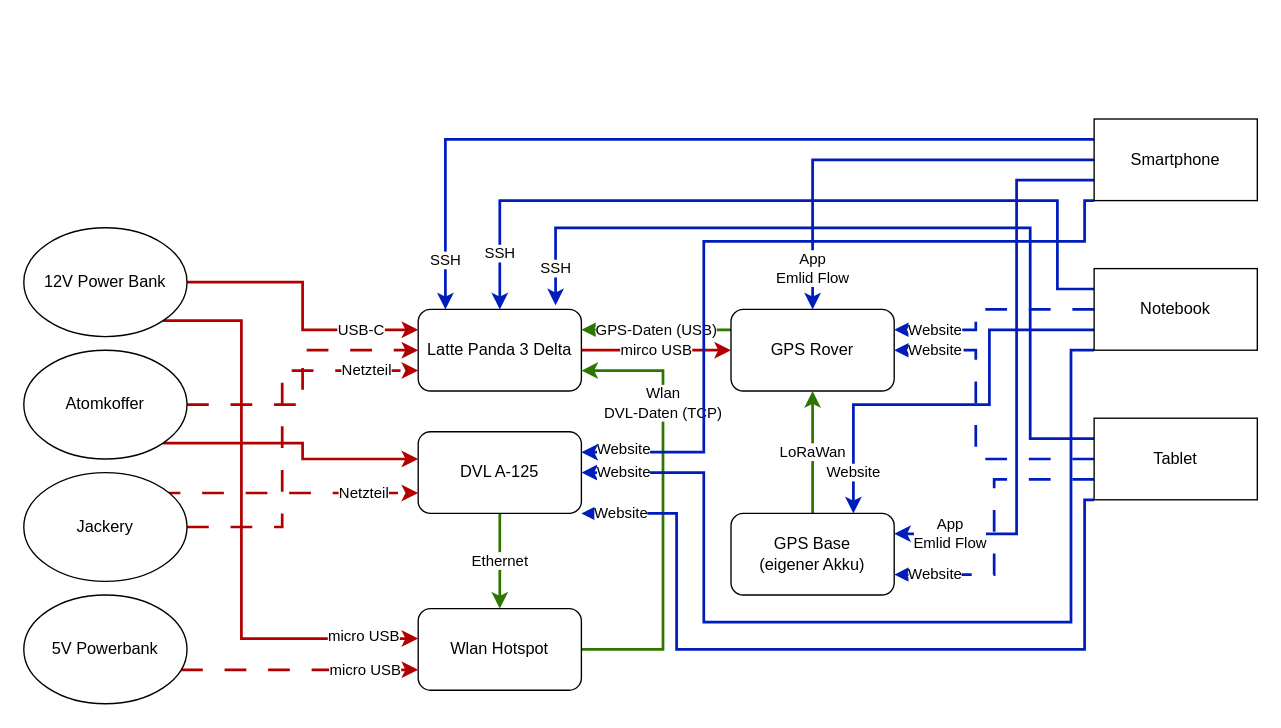
The draw.io diagram Anschlussplan Testlauf.drawio in Lukas-Quader/BlueRov, before the edit. Source tidied: cells renumbered, new cells numbered last; positions are measured from the earlier drawing's top-left corner, leaving out a move shared by most shapes. Both pictures are drawn from the tidied source at 136%, with x=0, y=0 at pixel (23, 118).
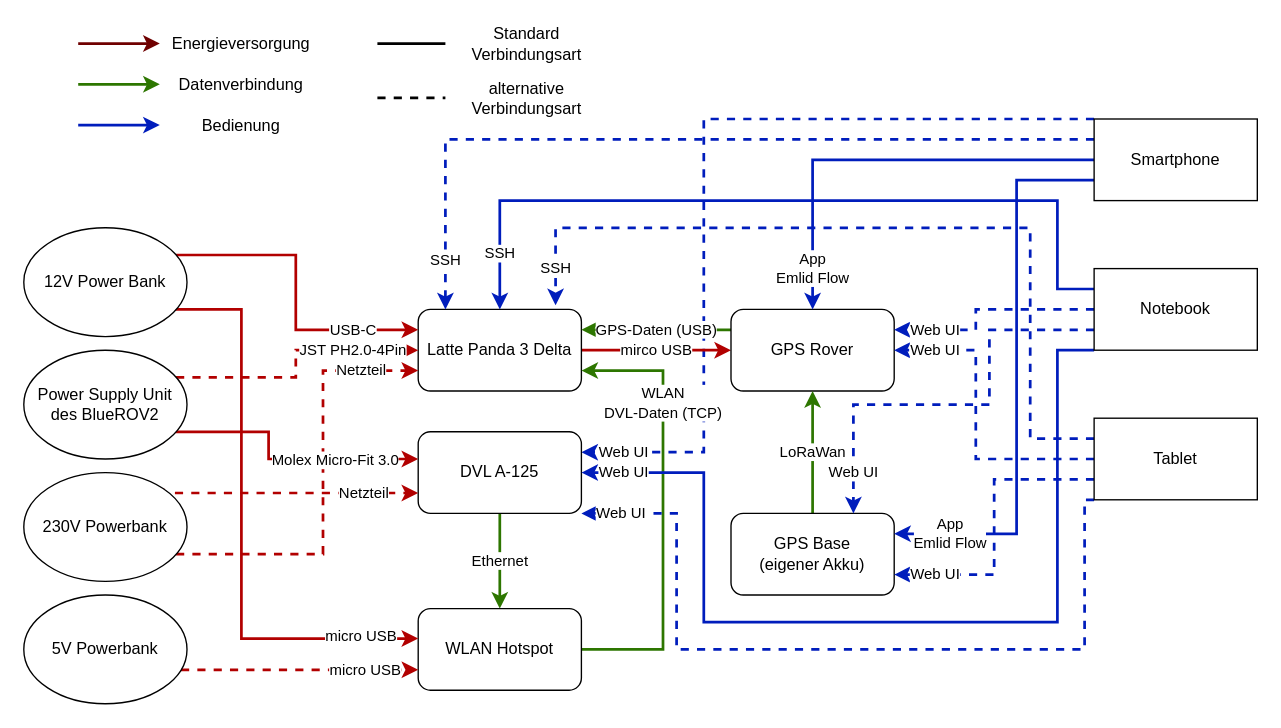
The same page after the edit.

Unchanged cells that the change refers to:
```xml
<mxCell id="3" value="Latte Panda 3 Delta" style="rounded=1;whiteSpace=wrap;html=1;" parent="1" vertex="1">
  <mxGeometry x="290" y="140" width="120" height="60" as="geometry" />
</mxCell>
<mxCell id="5" value="DVL A-125" style="rounded=1;whiteSpace=wrap;html=1;" parent="1" vertex="1">
  <mxGeometry x="290" y="230" width="120" height="60" as="geometry" />
</mxCell>
<mxCell id="7" value="GPS Rover" style="rounded=1;whiteSpace=wrap;html=1;" parent="1" vertex="1">
  <mxGeometry x="520" y="140" width="120" height="60" as="geometry" />
</mxCell>
<mxCell id="12" value="12V Power Bank" style="ellipse;whiteSpace=wrap;html=1;" parent="1" vertex="1">
  <mxGeometry y="80" width="120" height="80" as="geometry" />
</mxCell>
<mxCell id="20" value="5V Powerbank" style="ellipse;whiteSpace=wrap;html=1;" parent="1" vertex="1">
  <mxGeometry y="350" width="120" height="80" as="geometry" />
</mxCell>
<mxCell id="22" value="&lt;div&gt;GPS Base&lt;/div&gt;(eigener Akku)" style="rounded=1;whiteSpace=wrap;html=1;" parent="1" vertex="1">
  <mxGeometry x="520" y="290" width="120" height="60" as="geometry" />
</mxCell>
<mxCell id="27" value="Smartphone" style="rounded=0;whiteSpace=wrap;html=1;" parent="1" vertex="1">
  <mxGeometry x="787" width="120" height="60" as="geometry" />
</mxCell>
<mxCell id="32" value="Notebook" style="rounded=0;whiteSpace=wrap;html=1;" parent="1" vertex="1">
  <mxGeometry x="787" y="110" width="120" height="60" as="geometry" />
</mxCell>
<mxCell id="37" value="Tablet" style="rounded=0;whiteSpace=wrap;html=1;" parent="1" vertex="1">
  <mxGeometry x="787" y="220" width="120" height="60" as="geometry" />
</mxCell>
```

What changed in the source:
```diff
@@
+    <mxCell id="26" value="Web UI" style="edgeStyle=orthogonalEdgeStyle;rounded=0;jettySize=auto;html=1;exitX=0;exitY=0;exitDx=0;exitDy=0;entryX=1;entryY=0.25;entryDx=0;entryDy=0;fillColor=#0050ef;strokeColor=#001DBC;strokeWidth=2;dashed=1;" parent="1" edge="1" source="27" target="5">
+      <mxGeometry x="0.9" relative="1" as="geometry">
+        <Array as="points">
+          <mxPoint x="500" />
+          <mxPoint x="500" y="245" />
+        </Array>
+      </mxGeometry>
+    </mxCell>
@@
-    <mxCell id="8" value="&lt;div&gt;Wlan&lt;/div&gt;DVL-Daten (TCP)" style="edgeStyle=orthogonalEdgeStyle;rounded=0;jettySize=auto;html=1;entryX=1;entryY=0.75;entryDx=0;entryDy=0;fillColor=#60a917;strokeColor=#2D7600;strokeWidth=2;" parent="1" edge="1" source="9" target="3">
+    <mxCell id="8" value="&lt;div&gt;&lt;span style=&quot;background-color: rgb(255, 255, 255);&quot;&gt;WLAN&lt;/span&gt;&lt;/div&gt;DVL-Daten (TCP)" style="edgeStyle=orthogonalEdgeStyle;rounded=0;jettySize=auto;html=1;entryX=1;entryY=0.75;entryDx=0;entryDy=0;fillColor=#60a917;strokeColor=#2D7600;strokeWidth=2;" parent="1" edge="1" source="9" target="3">
       <mxGeometry x="0.48" relative="1" as="geometry">
         <Array as="points">
           <mxPoint x="470" y="390" />
           <mxPoint x="470" y="185" />
         </Array>
       </mxGeometry>
     </mxCell>
-    <mxCell id="9" value="Wlan Hotspot" style="rounded=1;whiteSpace=wrap;html=1;" parent="1" vertex="1">
+    <mxCell id="9" value="WLAN Hotspot" style="rounded=1;whiteSpace=wrap;html=1;" parent="1" vertex="1">
       <mxGeometry x="290" y="360" width="120" height="60" as="geometry" />
     </mxCell>
     <mxCell id="10" value="USB-C" style="edgeStyle=orthogonalEdgeStyle;rounded=0;jettySize=auto;html=1;entryX=0;entryY=0.25;entryDx=0;entryDy=0;fillColor=#e51400;strokeColor=#B20000;strokeWidth=2;" parent="1" edge="1" source="12" target="3">
-      <mxGeometry x="0.59" relative="1" as="geometry" />
+      <mxGeometry x="0.59" relative="1" as="geometry">
+        <Array as="points">
+          <mxPoint x="200" y="100" />
+          <mxPoint x="200" y="155" />
+        </Array>
+      </mxGeometry>
     </mxCell>
     <mxCell id="11" value="&lt;div&gt;micro USB&lt;/div&gt;" style="edgeStyle=orthogonalEdgeStyle;rounded=0;jettySize=auto;html=1;exitX=1;exitY=1;exitDx=0;exitDy=0;entryX=0;entryY=0.367;entryDx=0;entryDy=0;entryPerimeter=0;fillColor=#e51400;strokeColor=#B20000;strokeWidth=2;" parent="1" edge="1" source="12" target="9">
       <mxGeometry x="0.81" y="2" relative="1" as="geometry">
         <Array as="points">
-          <mxPoint x="160" y="148" />
+          <mxPoint x="102" y="140" />
+          <mxPoint x="160" y="140" />
           <mxPoint x="160" y="382" />
         </Array>
       </mxGeometry>
     </mxCell>
@@
-    <mxCell id="13" value="Netzteil" style="edgeStyle=orthogonalEdgeStyle;rounded=0;jettySize=auto;html=1;entryX=0;entryY=0.75;entryDx=0;entryDy=0;dashed=1;dashPattern=8 8;fillColor=#e51400;strokeColor=#B20000;strokeWidth=2;" parent="1" edge="1" source="15" target="3">
+    <mxCell id="13" value="Netzteil" style="edgeStyle=orthogonalEdgeStyle;rounded=0;jettySize=auto;html=1;entryX=0;entryY=0.75;entryDx=0;entryDy=0;dashed=1;fillColor=#e51400;strokeColor=#B20000;strokeWidth=2;" parent="1" edge="1" source="15" target="3">
       <mxGeometry x="0.73" relative="1" as="geometry">
         <Array as="points">
-          <mxPoint x="190" y="300" />
-          <mxPoint x="190" y="185" />
+          <mxPoint x="220" y="320" />
+          <mxPoint x="220" y="185" />
         </Array>
       </mxGeometry>
     </mxCell>
-    <mxCell id="14" value="&lt;div&gt;Netzteil&lt;/div&gt;" style="edgeStyle=orthogonalEdgeStyle;rounded=0;jettySize=auto;html=1;exitX=1;exitY=0;exitDx=0;exitDy=0;entryX=0;entryY=0.75;entryDx=0;entryDy=0;dashed=1;dashPattern=8 8;fillColor=#e51400;strokeColor=#B20000;strokeWidth=2;" parent="1" edge="1" source="15" target="5">
+    <mxCell id="14" value="&lt;div&gt;Netzteil&lt;/div&gt;" style="edgeStyle=orthogonalEdgeStyle;rounded=0;jettySize=auto;html=1;exitX=1;exitY=0;exitDx=0;exitDy=0;entryX=0;entryY=0.75;entryDx=0;entryDy=0;dashed=1;fillColor=#e51400;strokeColor=#B20000;strokeWidth=2;" parent="1" edge="1" source="15" target="5">
       <mxGeometry x="0.58" relative="1" as="geometry">
         <Array as="points">
           <mxPoint x="102" y="275" />
         </Array>
       </mxGeometry>
     </mxCell>
-    <mxCell id="15" value="Jackery" style="ellipse;whiteSpace=wrap;html=1;" parent="1" vertex="1">
+    <mxCell id="15" value="230V Powerbank" style="ellipse;whiteSpace=wrap;html=1;" parent="1" vertex="1">
       <mxGeometry y="260" width="120" height="80" as="geometry" />
     </mxCell>
-    <mxCell id="16" style="edgeStyle=orthogonalEdgeStyle;rounded=0;jettySize=auto;html=1;entryX=0;entryY=0.5;entryDx=0;entryDy=0;dashed=1;dashPattern=8 8;fillColor=#e51400;strokeColor=#B20000;strokeWidth=2;" parent="1" edge="1" source="18" target="3">
-      <mxGeometry relative="1" as="geometry" />
+    <mxCell id="16" style="edgeStyle=orthogonalEdgeStyle;rounded=0;jettySize=auto;html=1;entryX=0;entryY=0.5;entryDx=0;entryDy=0;dashed=1;fillColor=#e51400;strokeColor=#B20000;strokeWidth=2;" parent="1" edge="1" source="18" target="3">
+      <mxGeometry relative="1" as="geometry">
+        <Array as="points">
+          <mxPoint x="200" y="190" />
+          <mxPoint x="200" y="170" />
+        </Array>
+      </mxGeometry>
     </mxCell>
+    <mxCell id="38" value="JST PH2.0-4Pin" style="edgeLabel;html=1;align=center;verticalAlign=middle;" parent="16" vertex="1">
+      <mxGeometry x="0.67" y="1" relative="1" as="geometry">
+        <mxPoint x="-15" as="offset" />
+      </mxGeometry>
+    </mxCell>
     <mxCell id="17" style="edgeStyle=orthogonalEdgeStyle;rounded=0;jettySize=auto;html=1;exitX=1;exitY=1;exitDx=0;exitDy=0;fillColor=#e51400;strokeColor=#B20000;strokeWidth=2;" parent="1" edge="1" source="18">
       <mxGeometry relative="1" as="geometry">
         <mxPoint x="290" y="250" as="targetPoint" />
         <Array as="points">
-          <mxPoint x="205" y="238" />
-          <mxPoint x="205" y="250" />
-          <mxPoint x="290" y="250" />
+          <mxPoint x="102" y="230" />
+          <mxPoint x="180" y="230" />
+          <mxPoint x="180" y="250" />
         </Array>
       </mxGeometry>
     </mxCell>
+    <mxCell id="39" value="Molex Micro-Fit 3.0" style="edgeLabel;html=1;align=center;verticalAlign=middle;" parent="17" vertex="1">
+      <mxGeometry x="0.71" y="-1" relative="1" as="geometry">
+        <mxPoint x="-31" y="-1" as="offset" />
+      </mxGeometry>
+    </mxCell>
-    <mxCell id="18" value="Atomkoffer" style="ellipse;whiteSpace=wrap;html=1;" parent="1" vertex="1">
+    <mxCell id="18" value="Power Supply Unit des BlueROV2" style="ellipse;whiteSpace=wrap;html=1;" parent="1" vertex="1">
       <mxGeometry y="170" width="120" height="80" as="geometry" />
     </mxCell>
-    <mxCell id="19" value="micro USB" style="edgeStyle=orthogonalEdgeStyle;rounded=0;jettySize=auto;html=1;dashed=1;dashPattern=8 8;entryX=0;entryY=0.75;entryDx=0;entryDy=0;fillColor=#e51400;strokeColor=#B20000;strokeWidth=2;" parent="1" edge="1" source="20" target="9">
+    <mxCell id="19" value="micro USB" style="edgeStyle=orthogonalEdgeStyle;rounded=0;orthogonalLoop=1;jettySize=auto;html=1;dashed=1;entryX=0;entryY=0.75;entryDx=0;entryDy=0;fillColor=#e51400;strokeColor=#B20000;strokeWidth=2;" parent="1" edge="1">
       <mxGeometry x="0.55" relative="1" as="geometry">
+        <mxPoint x="115.6" y="405" as="sourcePoint" />
+        <mxPoint x="290" y="405" as="targetPoint" />
         <Array as="points">
           <mxPoint x="160" y="405" />
           <mxPoint x="160" y="405" />
         </Array>
       </mxGeometry>
     </mxCell>
@@
-    <mxCell id="23" value="SSH" style="edgeStyle=orthogonalEdgeStyle;rounded=0;jettySize=auto;html=1;fillColor=#0050ef;strokeColor=#001DBC;strokeWidth=2;exitX=0;exitY=0.25;exitDx=0;exitDy=0;" parent="1" edge="1" source="27">
+    <mxCell id="23" value="SSH" style="edgeStyle=orthogonalEdgeStyle;rounded=0;jettySize=auto;html=1;fillColor=#0050ef;strokeColor=#001DBC;strokeWidth=2;exitX=0;exitY=0.25;exitDx=0;exitDy=0;dashed=1;" parent="1" edge="1" source="27">
       <mxGeometry x="0.88" relative="1" as="geometry">
         <mxPoint x="310" y="140" as="targetPoint" />
         <Array as="points">
           <mxPoint x="310" y="15" />
         </Array>
       </mxGeometry>
     </mxCell>
@@
-    <mxCell id="26" value="Website" style="edgeStyle=orthogonalEdgeStyle;rounded=0;jettySize=auto;html=1;exitX=0;exitY=1;exitDx=0;exitDy=0;entryX=1;entryY=0.25;entryDx=0;entryDy=0;fillColor=#0050ef;strokeColor=#001DBC;strokeWidth=2;" parent="1" edge="1" source="27" target="5">
-      <mxGeometry x="0.89" y="-2" relative="1" as="geometry">
-        <Array as="points">
-          <mxPoint x="780" y="60" />
-          <mxPoint x="780" y="90" />
-          <mxPoint x="500" y="90" />
-          <mxPoint x="500" y="245" />
-        </Array>
-      </mxGeometry>
-    </mxCell>
@@
-    <mxCell id="29" value="Website" style="edgeStyle=orthogonalEdgeStyle;rounded=0;jettySize=auto;html=1;exitX=0;exitY=0.5;exitDx=0;exitDy=0;entryX=1;entryY=0.25;entryDx=0;entryDy=0;fillColor=#0050ef;strokeColor=#001DBC;strokeWidth=2;dashed=1;dashPattern=8 8;" parent="1" edge="1" source="32" target="7">
+    <mxCell id="29" value="Web UI" style="edgeStyle=orthogonalEdgeStyle;rounded=0;jettySize=auto;html=1;exitX=0;exitY=0.5;exitDx=0;exitDy=0;entryX=1;entryY=0.25;entryDx=0;entryDy=0;fillColor=#0050ef;strokeColor=#001DBC;strokeWidth=2;dashed=1;" parent="1" edge="1" source="32" target="7">
       <mxGeometry x="0.63" relative="1" as="geometry">
         <Array as="points">
           <mxPoint x="700" y="140" />
           <mxPoint x="700" y="155" />
         </Array>
       </mxGeometry>
     </mxCell>
-    <mxCell id="30" value="Website" style="edgeStyle=orthogonalEdgeStyle;rounded=0;jettySize=auto;html=1;exitX=0;exitY=0.75;exitDx=0;exitDy=0;entryX=0.75;entryY=0;entryDx=0;entryDy=0;fillColor=#0050ef;strokeColor=#001DBC;strokeWidth=2;" parent="1" edge="1" source="32" target="22">
+    <mxCell id="30" value="Web UI" style="edgeStyle=orthogonalEdgeStyle;rounded=0;jettySize=auto;html=1;exitX=0;exitY=0.75;exitDx=0;exitDy=0;entryX=0.75;entryY=0;entryDx=0;entryDy=0;fillColor=#0050ef;strokeColor=#001DBC;strokeWidth=2;dashed=1;" parent="1" edge="1" source="32" target="22">
       <mxGeometry x="0.81" relative="1" as="geometry">
         <Array as="points">
           <mxPoint x="710" y="155" />
           <mxPoint x="710" y="210" />
           <mxPoint x="610" y="210" />
         </Array>
       </mxGeometry>
     </mxCell>
-    <mxCell id="31" value="Website" style="edgeStyle=orthogonalEdgeStyle;rounded=0;jettySize=auto;html=1;exitX=0;exitY=1;exitDx=0;exitDy=0;entryX=1;entryY=0.5;entryDx=0;entryDy=0;fillColor=#0050ef;strokeColor=#001DBC;strokeWidth=2;" parent="1" edge="1" source="32" target="5">
+    <mxCell id="31" value="Web UI" style="edgeStyle=orthogonalEdgeStyle;rounded=0;jettySize=auto;html=1;exitX=0;exitY=1;exitDx=0;exitDy=0;entryX=1;entryY=0.5;entryDx=0;entryDy=0;fillColor=#0050ef;strokeColor=#001DBC;strokeWidth=2;" parent="1" edge="1" source="32" target="5">
       <mxGeometry x="0.91" relative="1" as="geometry">
         <Array as="points">
-          <mxPoint x="770" y="170" />
-          <mxPoint x="770" y="370" />
+          <mxPoint x="760" y="170" />
+          <mxPoint x="760" y="370" />
           <mxPoint x="500" y="370" />
           <mxPoint x="500" y="260" />
         </Array>
       </mxGeometry>
     </mxCell>
@@
-    <mxCell id="33" value="&lt;div&gt;SSH&lt;/div&gt;" style="edgeStyle=orthogonalEdgeStyle;rounded=0;jettySize=auto;html=1;exitX=0;exitY=0.25;exitDx=0;exitDy=0;entryX=0.842;entryY=-0.05;entryDx=0;entryDy=0;entryPerimeter=0;fillColor=#0050ef;strokeColor=#001DBC;strokeWidth=2;" parent="1" edge="1" source="37" target="3">
+    <mxCell id="33" value="&lt;div&gt;SSH&lt;/div&gt;" style="edgeStyle=orthogonalEdgeStyle;rounded=0;jettySize=auto;html=1;exitX=0;exitY=0.25;exitDx=0;exitDy=0;entryX=0.842;entryY=-0.05;entryDx=0;entryDy=0;entryPerimeter=0;fillColor=#0050ef;strokeColor=#001DBC;strokeWidth=2;dashed=1;" parent="1" edge="1" source="37" target="3">
       <mxGeometry x="0.91" relative="1" as="geometry">
         <Array as="points">
           <mxPoint x="740" y="235" />
           <mxPoint x="740" y="80" />
           <mxPoint x="391" y="80" />
         </Array>
       </mxGeometry>
     </mxCell>
-    <mxCell id="34" value="Website" style="edgeStyle=orthogonalEdgeStyle;rounded=0;jettySize=auto;html=1;exitX=0;exitY=0.5;exitDx=0;exitDy=0;entryX=1;entryY=0.5;entryDx=0;entryDy=0;fillColor=#0050ef;strokeColor=#001DBC;strokeWidth=2;dashed=1;dashPattern=8 8;" parent="1" edge="1" source="37" target="7">
+    <mxCell id="34" value="Web UI" style="edgeStyle=orthogonalEdgeStyle;rounded=0;jettySize=auto;html=1;exitX=0;exitY=0.5;exitDx=0;exitDy=0;entryX=1;entryY=0.5;entryDx=0;entryDy=0;fillColor=#0050ef;strokeColor=#001DBC;strokeWidth=2;dashed=1;" parent="1" edge="1" source="37" target="7">
       <mxGeometry x="0.74" relative="1" as="geometry">
         <Array as="points">
           <mxPoint x="700" y="250" />
           <mxPoint x="700" y="170" />
         </Array>
       </mxGeometry>
     </mxCell>
-    <mxCell id="35" value="Website" style="edgeStyle=orthogonalEdgeStyle;rounded=0;jettySize=auto;html=1;exitX=0;exitY=0.75;exitDx=0;exitDy=0;entryX=1;entryY=0.75;entryDx=0;entryDy=0;strokeWidth=2;fillColor=#0050ef;strokeColor=#001DBC;dashed=1;dashPattern=8 8;" parent="1" edge="1" source="37" target="22">
+    <mxCell id="35" value="Web UI" style="edgeStyle=orthogonalEdgeStyle;rounded=0;jettySize=auto;html=1;exitX=0;exitY=0.75;exitDx=0;exitDy=0;entryX=1;entryY=0.75;entryDx=0;entryDy=0;strokeWidth=2;fillColor=#0050ef;strokeColor=#001DBC;dashed=1;" parent="1" edge="1" source="37" target="22">
       <mxGeometry x="0.72" relative="1" as="geometry" />
     </mxCell>
-    <mxCell id="36" value="Website" style="edgeStyle=orthogonalEdgeStyle;rounded=0;jettySize=auto;html=1;exitX=0;exitY=1;exitDx=0;exitDy=0;fillColor=#0050ef;strokeColor=#001DBC;strokeWidth=2;" parent="1" edge="1" source="37">
+    <mxCell id="36" value="Web UI" style="edgeStyle=orthogonalEdgeStyle;rounded=0;jettySize=auto;html=1;exitX=0;exitY=1;exitDx=0;exitDy=0;fillColor=#0050ef;strokeColor=#001DBC;strokeWidth=2;dashed=1;" parent="1" edge="1" source="37">
       <mxGeometry x="0.9" relative="1" as="geometry">
         <mxPoint x="410" y="290" as="targetPoint" />
         <Array as="points">
           <mxPoint x="780" y="280" />
           <mxPoint x="780" y="390" />
           <mxPoint x="480" y="390" />
           <mxPoint x="480" y="290" />
         </Array>
       </mxGeometry>
     </mxCell>
@@
+    <mxCell id="40" style="endArrow=classic;html=1;rounded=0;strokeWidth=2;fillColor=#a20025;strokeColor=#6F0000;" parent="1" edge="1">
+      <mxGeometry relative="1" as="geometry">
+        <mxPoint x="40" y="-55.5" as="sourcePoint" />
+        <mxPoint x="100" y="-55.5" as="targetPoint" />
+        <Array as="points">
+          <mxPoint x="60" y="-55.5" />
+        </Array>
+      </mxGeometry>
+    </mxCell>
+    <mxCell id="41" value="Energieversorgung" style="text;html=1;strokeColor=none;fillColor=none;align=center;verticalAlign=middle;whiteSpace=wrap;rounded=0;" parent="1" vertex="1">
+      <mxGeometry x="130" y="-70" width="60" height="30" as="geometry" />
+    </mxCell>
+    <mxCell id="42" style="endArrow=classic;html=1;rounded=0;strokeWidth=2;fillColor=#60a917;strokeColor=#2D7600;" parent="1" edge="1">
+      <mxGeometry relative="1" as="geometry">
+        <mxPoint x="40" y="-25.5" as="sourcePoint" />
+        <mxPoint x="100" y="-25.5" as="targetPoint" />
+        <Array as="points">
+          <mxPoint x="60" y="-25.5" />
+        </Array>
+      </mxGeometry>
+    </mxCell>
+    <mxCell id="43" value="Datenverbindung" style="text;html=1;strokeColor=none;fillColor=none;align=center;verticalAlign=middle;whiteSpace=wrap;rounded=0;" parent="1" vertex="1">
+      <mxGeometry x="130" y="-40" width="60" height="30" as="geometry" />
+    </mxCell>
+    <mxCell id="44" value="&lt;div&gt;Bedienung&lt;/div&gt;" style="text;html=1;strokeColor=none;fillColor=none;align=center;verticalAlign=middle;whiteSpace=wrap;rounded=0;" parent="1" vertex="1">
+      <mxGeometry x="130" y="-10" width="60" height="30" as="geometry" />
+    </mxCell>
+    <mxCell id="45" style="endArrow=classic;html=1;rounded=0;strokeWidth=2;fillColor=#0050ef;strokeColor=#001DBC;" parent="1" edge="1">
+      <mxGeometry relative="1" as="geometry">
+        <mxPoint x="40" y="4.5" as="sourcePoint" />
+        <mxPoint x="100" y="4.5" as="targetPoint" />
+        <Array as="points">
+          <mxPoint x="60" y="4.5" />
+        </Array>
+      </mxGeometry>
+    </mxCell>
+    <mxCell id="46" style="endArrow=none;html=1;rounded=0;strokeWidth=2;" parent="1" edge="1">
+      <mxGeometry relative="1" as="geometry">
+        <mxPoint x="260" y="-55.5" as="sourcePoint" />
+        <mxPoint x="310" y="-55.5" as="targetPoint" />
+      </mxGeometry>
+    </mxCell>
+    <mxCell id="47" value="&lt;div&gt;alternative &lt;br&gt;&lt;/div&gt;&lt;div&gt;Verbindungsart&lt;br&gt;&lt;/div&gt;" style="text;html=1;strokeColor=none;fillColor=none;align=center;verticalAlign=middle;whiteSpace=wrap;rounded=0;" parent="1" vertex="1">
+      <mxGeometry x="340" y="-30" width="60" height="30" as="geometry" />
+    </mxCell>
+    <mxCell id="48" style="endArrow=none;html=1;rounded=0;strokeWidth=2;dashed=1;" parent="1" edge="1">
+      <mxGeometry relative="1" as="geometry">
+        <mxPoint x="260" y="-15.5" as="sourcePoint" />
+        <mxPoint x="310" y="-15.5" as="targetPoint" />
+      </mxGeometry>
+    </mxCell>
+    <mxCell id="49" value="&lt;div&gt;Standard&lt;br&gt;&lt;/div&gt;&lt;div&gt;Verbindungsart&lt;br&gt;&lt;/div&gt;" style="text;html=1;strokeColor=none;fillColor=none;align=center;verticalAlign=middle;whiteSpace=wrap;rounded=0;" parent="1" vertex="1">
+      <mxGeometry x="340" y="-70" width="60" height="30" as="geometry" />
+    </mxCell>
```
